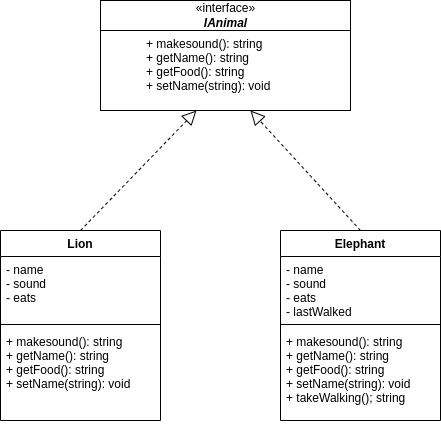
roehampton/module-content keeps this draw.io diagram as software-development-3/week-02/lab/animals-with-interface.png. Above is the earlier version. Source tidied: cells renumbered, new cells last; positions are measured from the earlier drawing's top-left corner, leaving out a move shared by most shapes.
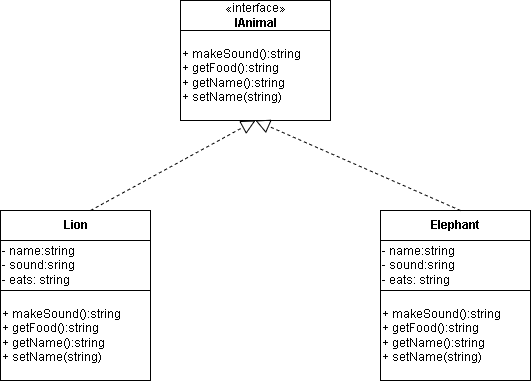
The same diagram one commit later.

Change to the diagram source:
```diff
@@ -2,46 +2,39 @@
   <root>
     <mxCell id="0" />
     <mxCell id="1" parent="0" />
+    <mxCell id="10" value="«interface»&lt;br&gt;&lt;b&gt;IAnimal&lt;/b&gt;" style="html=1;" parent="1" vertex="1">
+      <mxGeometry x="200" y="40" width="150" height="30" as="geometry" />
+    </mxCell>
+    <mxCell id="15" value="+ makeSound():string&lt;br&gt;+ getFood():string&lt;br&gt;+ getName():string&lt;br&gt;+ setName(string)" style="html=1;align=left;" parent="1" vertex="1">
+      <mxGeometry x="200" y="70" width="150" height="90" as="geometry" />
+    </mxCell>
-    <mxCell id="2" value="Lion" style="swimlane;fontStyle=1;align=center;verticalAlign=top;horizontal=1;startSize=26;" parent="1" vertex="1">
-      <mxGeometry y="230" width="160" height="190" as="geometry" />
+    <mxCell id="2" value="&lt;b&gt;Lion&lt;/b&gt;" style="html=1;" parent="1" vertex="1">
+      <mxGeometry x="20" y="250" width="150" height="30" as="geometry" />
     </mxCell>
-    <mxCell id="3" value="- name&#10;- sound&#10;- eats&#10;" style="text;strokeColor=none;fillColor=none;align=left;verticalAlign=top;spacingLeft=4;spacingRight=4;overflow=hidden;" parent="2" vertex="1">
-      <mxGeometry y="26" width="160" height="64" as="geometry" />
-    </mxCell>
-    <mxCell id="4" style="line;strokeWidth=1;fillColor=none;align=left;verticalAlign=middle;spacingTop=-1;spacingLeft=3;spacingRight=3;labelPosition=right;strokeColor=inherit;" parent="2" vertex="1">
-      <mxGeometry y="90" width="160" height="8" as="geometry" />
-    </mxCell>
-    <mxCell id="5" value="+ makesound(): string&#10;+ getName(): string&#10;+ getFood(): string&#10;+ setName(string): void" style="text;strokeColor=none;fillColor=none;align=left;verticalAlign=top;spacingLeft=4;spacingRight=4;overflow=hidden;" parent="2" vertex="1">
-      <mxGeometry y="98" width="160" height="92" as="geometry" />
-    </mxCell>
+    <mxCell id="16" value="+ makeSound():string&lt;br&gt;+ getFood():string&lt;br&gt;+ getName():string&lt;br&gt;+ setName(string)" style="html=1;align=left;" parent="1" vertex="1">
+      <mxGeometry x="20" y="330" width="150" height="90" as="geometry" />
+    </mxCell>
+    <mxCell id="17" value="- name:string&lt;br&gt;- sound:sring&lt;br&gt;- eats: string" style="html=1;align=left;" parent="1" vertex="1">
+      <mxGeometry x="20" y="280" width="150" height="50" as="geometry" />
+    </mxCell>
-    <mxCell id="6" value="Elephant" style="swimlane;fontStyle=1;align=center;verticalAlign=top;horizontal=1;startSize=26;" parent="1" vertex="1">
-      <mxGeometry x="280" y="230" width="160" height="190" as="geometry" />
+    <mxCell id="6" value="&lt;b&gt;Elephant&lt;/b&gt;" style="html=1;" parent="1" vertex="1">
+      <mxGeometry x="400" y="250" width="150" height="30" as="geometry" />
     </mxCell>
-    <mxCell id="7" value="- name&#10;- sound&#10;- eats&#10;- lastWalked&#10;&#10;" style="text;strokeColor=none;fillColor=none;align=left;verticalAlign=top;spacingLeft=4;spacingRight=4;overflow=hidden;" parent="6" vertex="1">
-      <mxGeometry y="26" width="160" height="64" as="geometry" />
-    </mxCell>
-    <mxCell id="8" style="line;strokeWidth=1;fillColor=none;align=left;verticalAlign=middle;spacingTop=-1;spacingLeft=3;spacingRight=3;labelPosition=right;strokeColor=inherit;" parent="6" vertex="1">
-      <mxGeometry y="90" width="160" height="8" as="geometry" />
-    </mxCell>
-    <mxCell id="9" value="+ makesound(): string&#10;+ getName(): string&#10;+ getFood(): string&#10;+ setName(string): void&#10;+ takeWalking(); string" style="text;strokeColor=none;fillColor=none;align=left;verticalAlign=top;spacingLeft=4;spacingRight=4;overflow=hidden;" parent="6" vertex="1">
-      <mxGeometry y="98" width="160" height="92" as="geometry" />
-    </mxCell>
-    <mxCell id="10" value="«interface»&lt;br&gt;&lt;b&gt;&lt;i&gt;IAnimal&lt;/i&gt;&lt;/b&gt;" style="html=1;" parent="1" vertex="1">
-      <mxGeometry x="100" width="250" height="30" as="geometry" />
-    </mxCell>
-    <mxCell id="11" style="html=1;" parent="1" vertex="1">
-      <mxGeometry x="100" y="30" width="250" height="80" as="geometry" />
-    </mxCell>
-    <mxCell id="12" value="+ makesound(): string&#10;+ getName(): string&#10;+ getFood(): string&#10;+ setName(string): void" style="text;strokeColor=none;fillColor=none;align=left;verticalAlign=top;spacingLeft=4;spacingRight=4;overflow=hidden;points=[[0,0.5],[1,0.5]];portConstraint=eastwest;" parent="1" vertex="1">
-      <mxGeometry x="140" y="30" width="240" height="92" as="geometry" />
-    </mxCell>
-    <mxCell id="13" style="endArrow=block;dashed=1;endFill=0;endSize=12;html=1;rounded=0;exitX=0.5;exitY=0;exitDx=0;exitDy=0;entryX=0.233;entryY=0.87;entryDx=0;entryDy=0;entryPerimeter=0;" parent="1" edge="1" source="2" target="12">
-      <mxGeometry relative="1" as="geometry" />
-    </mxCell>
-    <mxCell id="14" style="endArrow=block;dashed=1;endFill=0;endSize=12;html=1;rounded=0;exitX=0.5;exitY=0;exitDx=0;exitDy=0;" parent="1" edge="1" source="6">
-      <mxGeometry relative="1" as="geometry">
-        <mxPoint x="250" y="110" as="targetPoint" />
-      </mxGeometry>
-    </mxCell>
+    <mxCell id="18" value="+ makeSound():string&lt;br&gt;+ getFood():string&lt;br&gt;+ getName():string&lt;br&gt;+ setName(string)" style="html=1;align=left;" parent="1" vertex="1">
+      <mxGeometry x="400" y="330" width="150" height="90" as="geometry" />
+    </mxCell>
+    <mxCell id="19" value="- name:string&lt;br&gt;- sound:sring&lt;br&gt;- eats: string" style="html=1;align=left;" parent="1" vertex="1">
+      <mxGeometry x="400" y="280" width="150" height="50" as="geometry" />
+    </mxCell>
+    <mxCell id="20" style="endArrow=block;dashed=1;endFill=0;endSize=12;html=1;rounded=0;entryX=0.5;entryY=1;entryDx=0;entryDy=0;" parent="1" edge="1" target="15">
+      <mxGeometry relative="1" as="geometry">
+        <mxPoint x="110" y="250" as="sourcePoint" />
+      </mxGeometry>
+    </mxCell>
+    <mxCell id="21" style="endArrow=block;dashed=1;endFill=0;endSize=12;html=1;rounded=0;entryX=0.5;entryY=1;entryDx=0;entryDy=0;" parent="1" edge="1" target="15">
+      <mxGeometry relative="1" as="geometry">
+        <mxPoint x="480" y="250" as="sourcePoint" />
+      </mxGeometry>
+    </mxCell>
   </root>
 </mxGraphModel>
```
